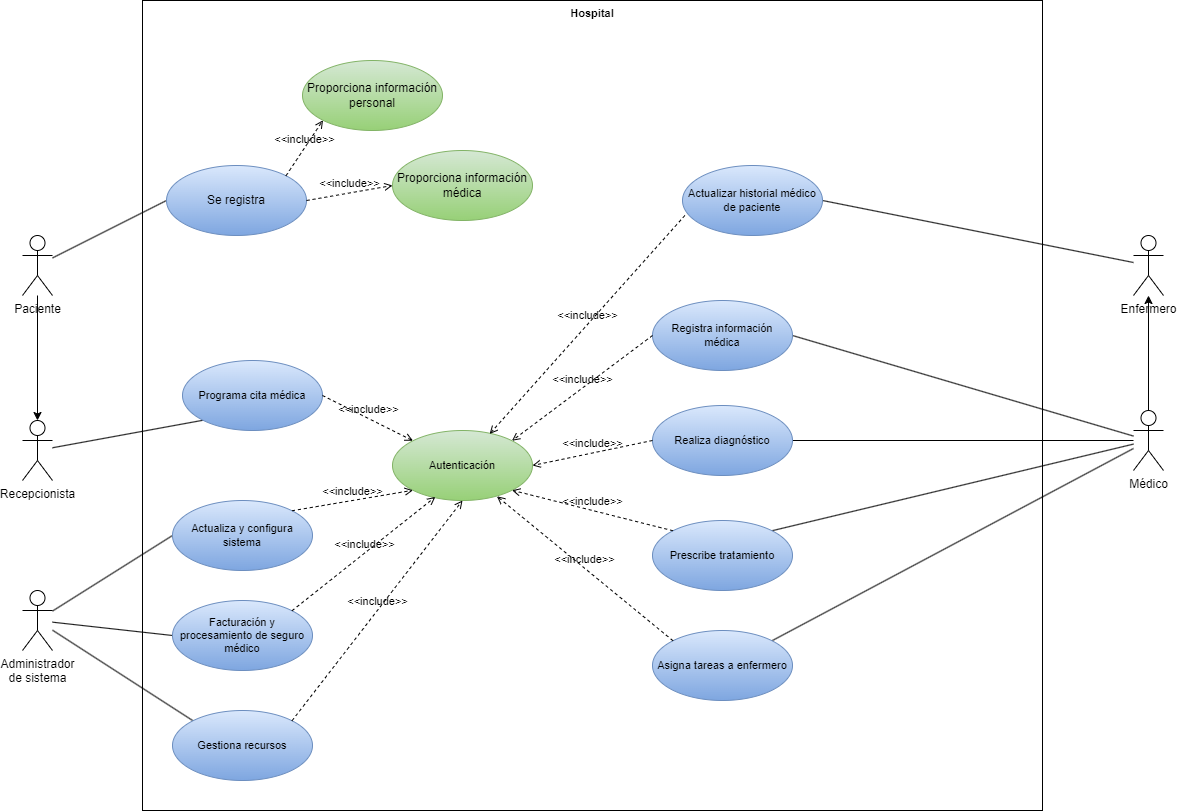
Above: unidad-4/tarea1/diagram/uc-diagram.png in mackstm/ets (draw.io), before the change. Source tidied: cells renumbered, new cells last; positions are measured from the earlier drawing's top-left corner, leaving out a move shared by most shapes.
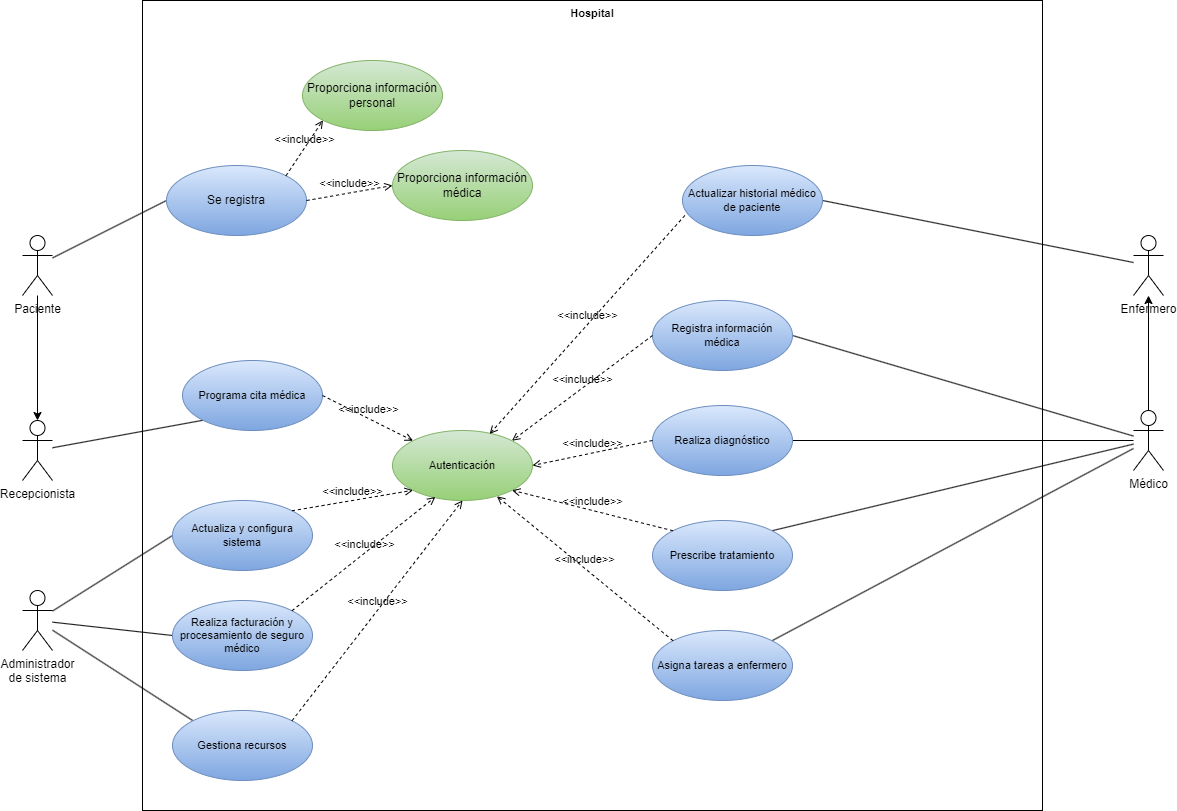
The same diagram one commit later.

Diff of the diagram source:
```diff
@@ -116,7 +116,7 @@
     <mxCell id="39" value="&amp;lt;&amp;lt;include&amp;gt;&amp;gt;" style="edgeStyle=none;html=1;endArrow=open;verticalAlign=bottom;dashed=1;labelBackgroundColor=none;rounded=0;strokeColor=default;align=center;fontFamily=Helvetica;fontSize=11;fontColor=default;shape=connector;exitX=1;exitY=0;exitDx=0;exitDy=0;entryX=0;entryY=1;entryDx=0;entryDy=0;" parent="1" edge="1" source="36" target="26">
       <mxGeometry relative="1" as="geometry" />
     </mxCell>
-    <mxCell id="40" value="Facturación y procesamiento de seguro médico" style="ellipse;whiteSpace=wrap;html=1;fontFamily=Helvetica;fontSize=11;fillColor=#dae8fc;strokeColor=#6c8ebf;gradientColor=#7ea6e0;" parent="1" vertex="1">
+    <mxCell id="40" value="Realiza facturación y procesamiento de seguro médico" style="ellipse;whiteSpace=wrap;html=1;fontFamily=Helvetica;fontSize=11;fillColor=#dae8fc;strokeColor=#6c8ebf;gradientColor=#7ea6e0;" parent="1" vertex="1">
       <mxGeometry x="150" y="600" width="140" height="70" as="geometry" />
     </mxCell>
     <mxCell id="41" value="&amp;lt;&amp;lt;include&amp;gt;&amp;gt;" style="edgeStyle=none;html=1;endArrow=open;verticalAlign=bottom;dashed=1;labelBackgroundColor=none;rounded=0;strokeColor=default;align=center;fontFamily=Helvetica;fontSize=11;fontColor=default;shape=connector;exitX=1;exitY=0;exitDx=0;exitDy=0;entryX=0.306;entryY=0.949;entryDx=0;entryDy=0;entryPerimeter=0;" parent="1" edge="1" source="40" target="26">
```
